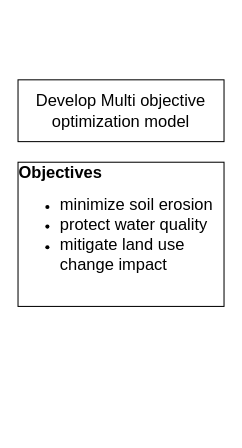
This is Ojbective4.drawio from yemioke/PRISMA2020, a draw.io file, before an edit. Source tidied: cells renumbered, new cells numbered last; positions are measured from the earlier drawing's top-left corner, leaving out a move shared by most shapes. Both pictures are drawn from the tidied source at 103%, with x=0, y=0 at pixel (18, 79).
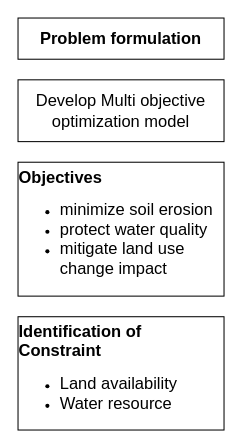
Above is the later version.

The edit, as a diff of the source:
```diff
@@
 <mxGraphModel>
   <root>
     <mxCell id="0" />
     <mxCell id="1" parent="0" />
     <mxCell id="2" value="&lt;font style=&quot;font-size: 16px;&quot;&gt;Develop Multi objective optimization model&lt;/font&gt;" style="rounded=0;whiteSpace=wrap;html=1;" parent="1" vertex="1">
       <mxGeometry width="200" height="60" as="geometry" />
     </mxCell>
-    <mxCell id="3" value="&lt;div style=&quot;text-align: left;&quot;&gt;&lt;span style=&quot;font-size: 16px; background-color: initial;&quot;&gt;&lt;b&gt;Objectives&lt;/b&gt;&lt;/span&gt;&lt;/div&gt;&lt;div&gt;&lt;ul&gt;&lt;li style=&quot;text-align: left;&quot;&gt;&lt;font style=&quot;font-size: 16px;&quot;&gt;minimize soil erosion&lt;/font&gt;&lt;/li&gt;&lt;li style=&quot;text-align: left;&quot;&gt;&lt;font size=&quot;3&quot; style=&quot;&quot;&gt;protect water quality&lt;/font&gt;&lt;/li&gt;&lt;li style=&quot;text-align: left;&quot;&gt;&lt;font size=&quot;3&quot;&gt;mitigate land use change impact&lt;/font&gt;&lt;/li&gt;&lt;/ul&gt;&lt;/div&gt;&lt;div style=&quot;text-align: left;&quot;&gt;&lt;font style=&quot;font-size: 16px;&quot;&gt;&lt;br&gt;&lt;/font&gt;&lt;/div&gt;" style="rounded=0;whiteSpace=wrap;html=1;" parent="1" vertex="1">
-      <mxGeometry y="80" width="200" height="140" as="geometry" />
+    <mxCell id="3" value="&lt;div style=&quot;text-align: left;&quot;&gt;&lt;span style=&quot;font-size: 16px; background-color: initial;&quot;&gt;&lt;b&gt;Objectives&lt;/b&gt;&lt;/span&gt;&lt;/div&gt;&lt;div&gt;&lt;ul&gt;&lt;li style=&quot;text-align: left;&quot;&gt;&lt;font style=&quot;font-size: 16px;&quot;&gt;minimize soil erosion&lt;/font&gt;&lt;/li&gt;&lt;li style=&quot;text-align: left;&quot;&gt;&lt;font size=&quot;3&quot; style=&quot;&quot;&gt;protect water quality&lt;/font&gt;&lt;/li&gt;&lt;li style=&quot;text-align: left;&quot;&gt;&lt;font size=&quot;3&quot;&gt;mitigate land use change impact&lt;/font&gt;&lt;/li&gt;&lt;/ul&gt;&lt;/div&gt;" style="rounded=0;whiteSpace=wrap;html=1;" parent="1" vertex="1">
+      <mxGeometry y="80" width="200" height="130" as="geometry" />
     </mxCell>
+    <mxCell id="4" value="&lt;div style=&quot;text-align: left;&quot;&gt;&lt;span style=&quot;font-size: 16px;&quot;&gt;&lt;b&gt;Identification of Constraint&lt;/b&gt;&lt;/span&gt;&lt;/div&gt;&lt;div&gt;&lt;ul&gt;&lt;li style=&quot;text-align: left;&quot;&gt;&lt;span style=&quot;font-size: 16px;&quot;&gt;Land availability&lt;/span&gt;&lt;/li&gt;&lt;li style=&quot;text-align: left;&quot;&gt;&lt;font size=&quot;3&quot;&gt;Water resource&lt;/font&gt;&lt;/li&gt;&lt;/ul&gt;&lt;/div&gt;" style="rounded=0;whiteSpace=wrap;html=1;" parent="1" vertex="1">
+      <mxGeometry y="230" width="200" height="110" as="geometry" />
+    </mxCell>
+    <mxCell id="5" value="&lt;font style=&quot;font-size: 16px;&quot;&gt;&lt;b&gt;Problem formulation&lt;/b&gt;&lt;/font&gt;" style="rounded=0;whiteSpace=wrap;html=1;" parent="1" vertex="1">
+      <mxGeometry y="-60" width="200" height="40" as="geometry" />
+    </mxCell>
   </root>
 </mxGraphModel>
```
